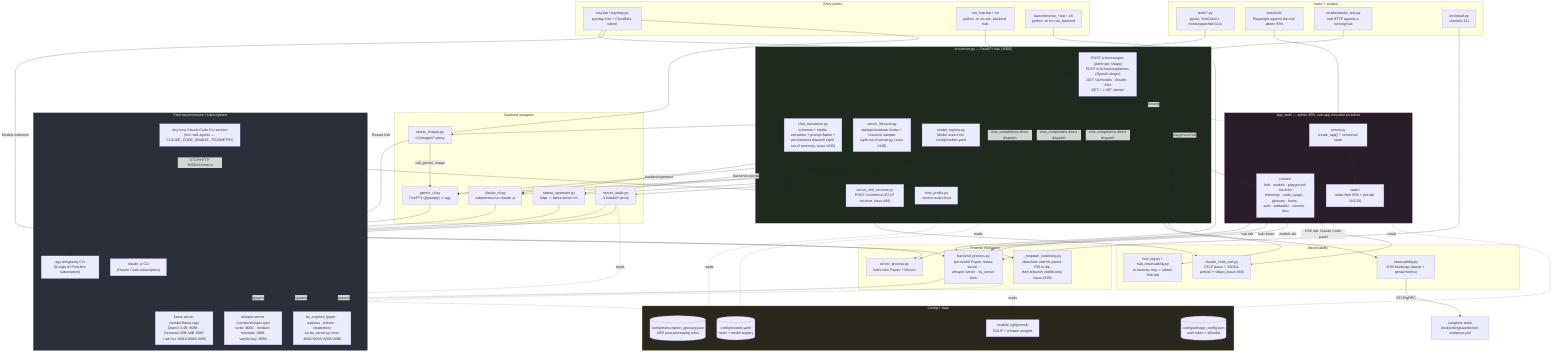
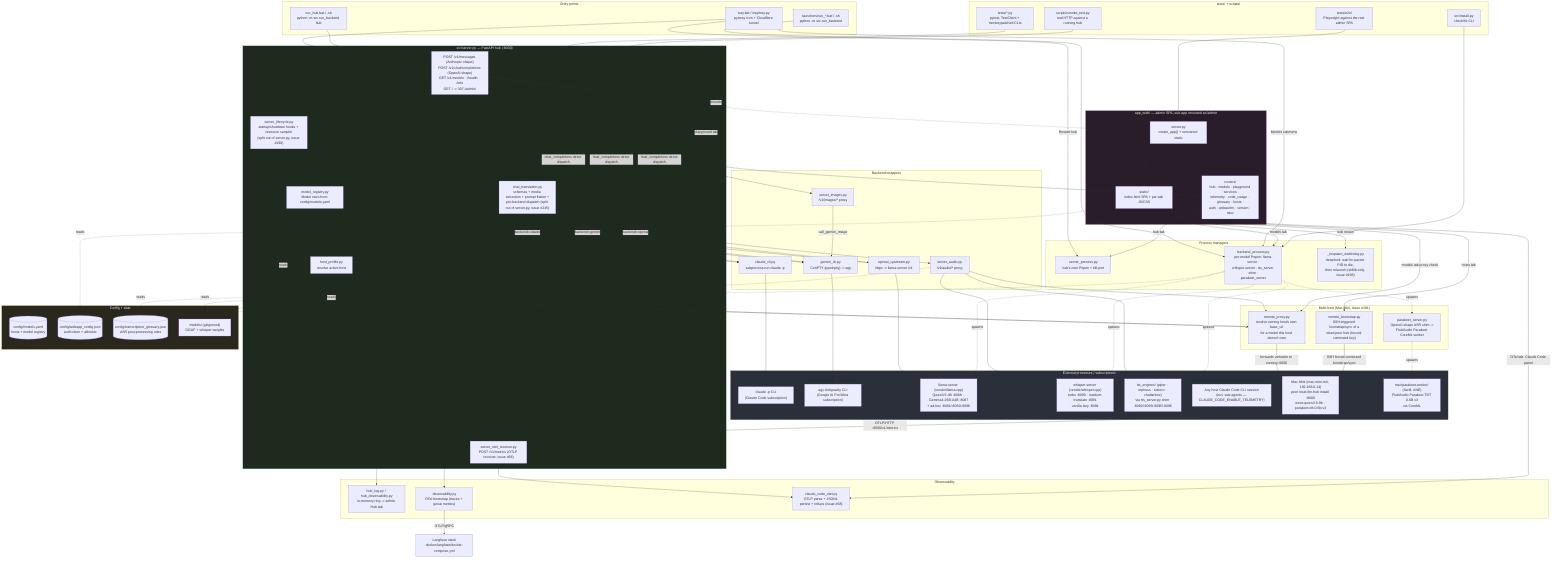
%% docs/architecture.mmd — local-llm-hub's own internal structure.
%% Hand-authored, not generated — companion to the fleet-wide convention in
%% ferraroroberto/fleet-config#256 (see that repo's own docs/architecture.mmd
%% for the reference dogfood). This is deliberately smaller than
%% docs/project-structure.md's three detailed diagrams (component/module/
%% sequence) — it's the one-glance map; project-structure.md stays the deep
%% reference. Update this diagram in the same PR as any material structural
%% change (a backend added/removed, a router moved, a process manager
%% relocated) — same anti-staleness contract as this repo's own `.fleet.toml`
%% `description` field.

flowchart TB
  subgraph entry["Entry points"]
    TRAY["tray.bat / tray/tray.py\npystray icon + Cloudflare tunnel"]
    RUNHUB["run_hub.bat / .sh\npython -m src.run_backend hub"]
    RUNMODEL["launchers/run_*.bat / .sh\npython -m src.run_backend <model_id>"]
  end

  subgraph core["src/server.py — FastAPI hub (:8000)"]
    SRV["POST /v1/messages (Anthropic shape)\nPOST /v1/chat/completions (OpenAI shape)\nGET /v1/models · /health · /info\nGET / -> 307 /admin/"]
    CHATT["chat_translation.py\nschemas + media extraction + prompt flatten +\nper-backend dispatch (split out of server.py, issue #245)"]
    LIFECYCLE["server_lifecycle.py\nstartup/shutdown hooks + resource sampler\n(split out of server.py, issue #198)"]
    REG["model_registry.py\nModel rows from config/models.yaml"]
    HOSTP["host_profile.py\nresolve active host"]
    OTELRECV["server_otel_receiver.py\nPOST /v1/metrics (OTLP receiver, issue #68)"]
  end
  TRAY --> SRV
  RUNHUB --> SRV
  SRV --> CHATT
  SRV --> LIFECYCLE
  SRV --> REG
  REG --> HOSTP

  subgraph routing["Backend wrappers"]
    CLAUDECLI["claude_cli.py\nsubprocess.run claude -p"]
    GEMINICLI["gemini_cli.py\nConPTY (pywinpty) -> agy"]
    OAIUP["openai_upstream.py\nhttpx -> llama-server /v1"]
    AUDIOR["server_audio.py\n/v1/audio/* proxy"]
    IMAGESR["server_images.py\n/v1/images/* proxy"]
  end
  CHATT -->|backend=claude| CLAUDECLI
  CHATT -->|backend=gemini| GEMINICLI
  CHATT -->|backend=openai| OAIUP
  SRV -->|chat_completions direct dispatch| CLAUDECLI
  SRV -->|chat_completions direct dispatch| GEMINICLI
  SRV -->|chat_completions direct dispatch| OAIUP
  SRV --> AUDIOR
  SRV --> IMAGESR
  SRV --> OTELRECV
  IMAGESR -->|call_gemini_image| GEMINICLI

+   subgraph multihost["Multi-host (Mac Mini, issue #181)"]
+     REMOTEPROXY["remote_proxy.py\nresolve owning host's own base_url\nfor a model this host doesn't own"]
+     REMOTEBOOT["remote_bootstrap.py\nSSH-triggered bootstrap/sync of a\ndead peer hub (forced-command key)"]
+     PARAKEETSRV["parakeet_server.py\nOpenAI-shape ASR shim ->\nFluidAudio Parakeet CoreML worker"]
+   end
+   CHATT --> REMOTEPROXY
+   SRV --> REMOTEPROXY
+   AUDIOR --> REMOTEPROXY
+   WROUT -->|models tab proxy check| REMOTEPROXY
+   WROUT -->|hosts tab| REMOTEBOOT
+ 
  subgraph procmgr["Process managers"]
    SERVPROC["server_process.py\nhub's own Popen + kill-port"]
-     BACKPROC["backend_process.py\nper-model Popen: llama-server ·\nwhisper-server · tts_server shim"]
+     BACKPROC["backend_process.py\nper-model Popen: llama-server ·\nwhisper-server · tts_server shim ·\nparakeet_server"]
    WATCHDOG["_respawn_watchdog.py\ndetached: wait for parent PID to die,\nthen relaunch (stdlib-only, issue #198)"]
  end
  RUNMODEL --> BACKPROC
  TRAY -->|Models submenu| BACKPROC
  TRAY -->|Restart hub| SERVPROC
+   BACKPROC -.spawns.-> PARAKEETSRV

  subgraph ext["External processes / subscriptions"]
    CLAUDEBIN["claude -p CLI\n(Claude Code subscription)"]
    AGYBIN["agy Antigravity CLI\n(Google AI Pro/Ultra subscription)"]
    LLAMA["llama-server (vendor/llama.cpp)\nQwen3.5-4B :8088 · Gemma4-26B-A4B :8087\n+ ad-hoc :8081/:8082/:8086"]
    WHISPER["whisper-server (vendor/whisper.cpp)\nturbo :8090 · medium-translate :8091\nvanilla lazy :8094"]
    TTS["tts_engines/ (piper · orpheus · kokoro · chatterbox)\nvia tts_server.py shim :8092/:8093/:8095/:8096"]
    CCHOST["Any host Claude Code CLI session\n(incl. sub-agents — CLAUDE_CODE_ENABLE_TELEMETRY)"]
+     MACMINI["Mac Mini (mac-mini-m4, 192.168.0.14)\npeer local-llm-hub install :8000\nowns qwen3.5-9b · parakeet-tdt-0.6b-v3"]
+     PARAKEETWORKER["mac/parakeet-worker/ (Swift, ANE)\nFluidAudio Parakeet TDT 0.6B v3\nvia CoreML"]
  end
  CLAUDECLI --> CLAUDEBIN
  GEMINICLI --> AGYBIN
  OAIUP --> LLAMA
  AUDIOR --> WHISPER
  AUDIOR --> TTS
  BACKPROC -.spawns.-> LLAMA
  BACKPROC -.spawns.-> WHISPER
  BACKPROC -.spawns.-> TTS
  CCHOST -->|OTLP/HTTP :8000/v1/metrics| OTELRECV
+   REMOTEPROXY -->|forwards verbatim to owning :8000| MACMINI
+   REMOTEBOOT -->|SSH forced-command bootstrap/sync| MACMINI
+   PARAKEETSRV -.spawns.-> PARAKEETWORKER

  subgraph admin["app_web/ — admin SPA, sub-app mounted at /admin"]
    WSRV["server.py\ncreate_app() + versioned static"]
    WROUT["routers/\nhub · models · playground · services ·\ntelemetry · code_usage · glossary · hosts ·\nauth · webauthn · version · misc"]
    WSTATIC["static/\nindex.html SPA + per-tab JS/CSS"]
  end
  SRV -.mounts.-> WSRV
  WSRV --> WROUT
  WSRV --> WSTATIC
  WROUT -->|hub tab| SERVPROC
  WROUT -->|hub restart| WATCHDOG
  WROUT -->|models tab| BACKPROC
  WROUT -->|playground tab| SRV

  subgraph obs["Observability"]
    HUBLOG["hub_log.py / hub_observability.py\nin-memory ring -> admin Hub tab"]
    OTEL["observability.py\nOTel bootstrap (traces + genai metrics)"]
    CCOTEL["claude_code_otel.py\nOTLP parse + JSONL persist + rollups (issue #68)"]
  end
  SRV --> HUBLOG
  SRV --> OTEL
  OTEL -->|OTLP/gRPC| LANGFUSE["Langfuse stack\ndocker/langfuse/docker-compose.yml"]
  OTELRECV --> CCOTEL
  WROUT -->|OTel tab: Claude Code panel| CCOTEL

  subgraph cfg["Config + data"]
    MODELSYAML[("config/models.yaml\nhosts + model registry")]
    WEBCFG[("config/webapp_config.json\nauth token + allowlist")]
    GLOSSARY[("config/transcription_glossary.json\nASR post-processing rules")]
    MODELSDIR["models/ (gitignored)\nGGUF + whisper weights"]
  end
  REG -.reads.-> MODELSYAML
  HOSTP -.reads.-> MODELSYAML
  WSRV -.reads.-> WEBCFG
  AUDIOR -.reads.-> GLOSSARY
  BACKPROC -.reads.-> MODELSDIR

  subgraph tests["tests/ + scripts/"]
    UNITTESTS["tests/*.py\npytest, TestClient + monkeypatched CLIs"]
    E2E["tests/e2e/\nPlaywright against the real admin SPA"]
    SMOKE["scripts/smoke_test.py\nreal HTTP against a running hub"]
    INSTALL["src/install.py\ncheck/fix CLI"]
  end
  UNITTESTS --> SRV
  E2E --> WSRV
  SMOKE --> SRV
  INSTALL --> BACKPROC

  classDef ext fill:#2a2f3a,stroke:#555,color:#eee
  classDef hub fill:#1d2a1d,stroke:#4a7,color:#eee
  classDef ui fill:#2a1d2a,stroke:#a47,color:#eee
  classDef cfgnode fill:#2a281d,stroke:#a94,color:#eee
  class ext ext
  class core hub
  class admin ui
  class cfg cfgnode
